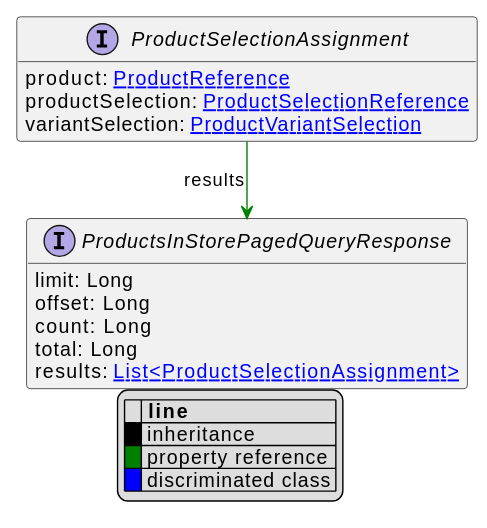
Before: uml/api/svg/ProductSelectionAssignment.svg, a diagram exported from PlantUML (commercetools/commercetools-api-reference).
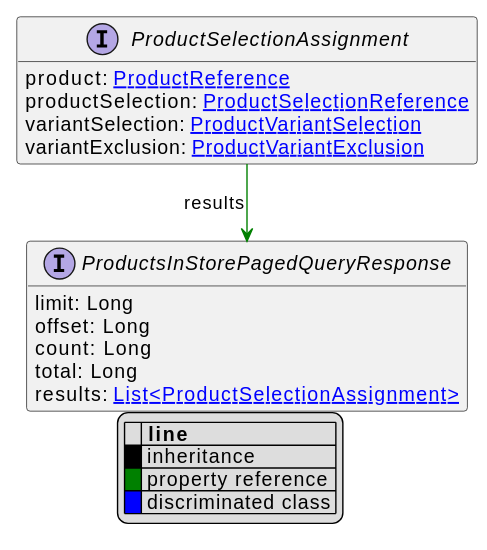
The same file after the commit.

Change to the diagram source:
```diff
@@ -12,6 +12,7 @@
     product: [[ProductReference.svg ProductReference]]
     productSelection: [[ProductSelectionReference.svg ProductSelectionReference]]
     variantSelection: [[ProductVariantSelection.svg ProductVariantSelection]]
+    variantExclusion: [[ProductVariantExclusion.svg ProductVariantExclusion]]
 }
 
 
```
